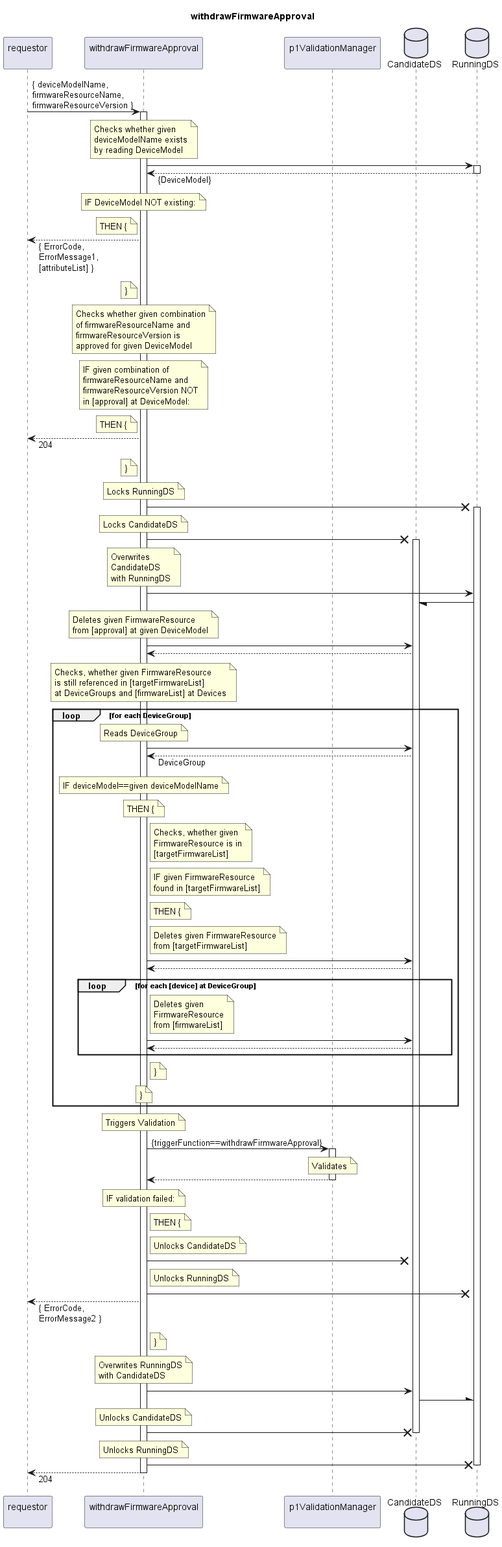
Earlier version of the PlantUML export spec/Services/withdrawFirmwareApproval/1.0.0/withdrawFirmwareApproval.png (openBackhaul/FirmWareManager). Source of this version:
```plantuml
@startuml withdrawFirmwareApproval
skinparam responseMessageBelowArrow true

title
  withdrawFirmwareApproval
end title

participant "requestor\n" as requestor
participant "withdrawFirmwareApproval\n" as indServ
participant "p1ValidationManager\n" as valiMan
database "CandidateDS" as CanDS
database "RunningDS" as RunDS

requestor -> indServ: { deviceModelName,\nfirmwareResourceName,\nfirmwareResourceVersion }
activate indServ

  note over indServ
    Checks whether given
    deviceModelName exists
    by reading DeviceModel
  end note
  indServ -> RunDS
  activate RunDS
  indServ <-- RunDS: {DeviceModel}
  deactivate RunDS
  note over indServ
    IF DeviceModel NOT existing:
  end note
  note left indServ
    THEN {
  end note
  requestor <-- indServ: { ErrorCode,\nErrorMessage1,\n[attributeList] }
  note left indServ
    }
  end note

  note over indServ
    Checks whether given combination
    of firmwareResourceName and
    firmwareResourceVersion is
    approved for given DeviceModel
  end note
  note over indServ
    IF given combination of
    firmwareResourceName and
    firmwareResourceVersion NOT
    in [approval] at DeviceModel:
  end note
  note left indServ
    THEN {
  end note
  requestor <-- indServ: 204
  note left indServ
    }
  end note

  note over indServ
    Locks RunningDS
  end note
  indServ -X RunDS
  activate RunDS
  note over indServ
    Locks CandidateDS
  end note
  indServ -X CanDS
  activate CanDS
  note over indServ
    Overwrites
    CandidateDS
    with RunningDS
  end note
  indServ -> RunDS
  RunDS -/ CanDS

  note over indServ
    Deletes given FirmwareResource
    from [approval] at given DeviceModel
  end note
  indServ -> CanDS
  indServ <-- CanDS

  note over indServ
    Checks, whether given FirmwareResource
    is still referenced in [targetFirmwareList]
    at DeviceGroups and [firmwareList] at Devices
  end note
  loop for each DeviceGroup
    note over indServ
      Reads DeviceGroup
    end note
    indServ -> CanDS
    indServ <-- CanDS: DeviceGroup
    note over indServ
      IF deviceModel==given deviceModelName
    end note
    note over indServ
      THEN {
    end note
    note right indServ
      Checks, whether given
      FirmwareResource is in
      [targetFirmwareList]
    end note
    note right indServ
      IF given FirmwareResource
      found in [targetFirmwareList]
    end note
    note right indServ
      THEN {
    end note
    note right indServ
      Deletes given FirmwareResource
      from [targetFirmwareList]
    end note
    indServ -> CanDS
    indServ <-- CanDS
    loop for each [device] at DeviceGroup
      note right indServ
        Deletes given
        FirmwareResource
        from [firmwareList]
      end note
      indServ -> CanDS
      indServ <-- CanDS
    end loop
    note right indServ
      }
    end note
    note over indServ
      }
    end note
  end loop

  note over indServ
    Triggers Validation
  end note
  indServ -> valiMan: {triggerFunction==withdrawFirmwareApproval}
  activate valiMan
    note over valiMan
      Validates
    end note
  indServ <-- valiMan
  deactivate valiMan
  note over indServ
    IF validation failed:
  end note
  note right indServ
    THEN {
  end note
  note right indServ
    Unlocks CandidateDS
  end note
  indServ -X CanDS
  note right indServ
    Unlocks RunningDS
  end note
  indServ -X RunDS
  requestor <-- indServ: { ErrorCode,\nErrorMessage2 }
  note right indServ
    }
  end note

  note over indServ
    Overwrites RunningDS
    with CandidateDS
  end note
  indServ -> CanDS
  CanDS -\ RunDS
  note over indServ
    Unlocks CandidateDS
  end note
  indServ -X CanDS
  deactivate CanDS
  note over indServ
    Unlocks RunningDS
  end note
  indServ -X RunDS
  deactivate RunDS

requestor <-- indServ: 204
deactivate indServ

@enduml
```
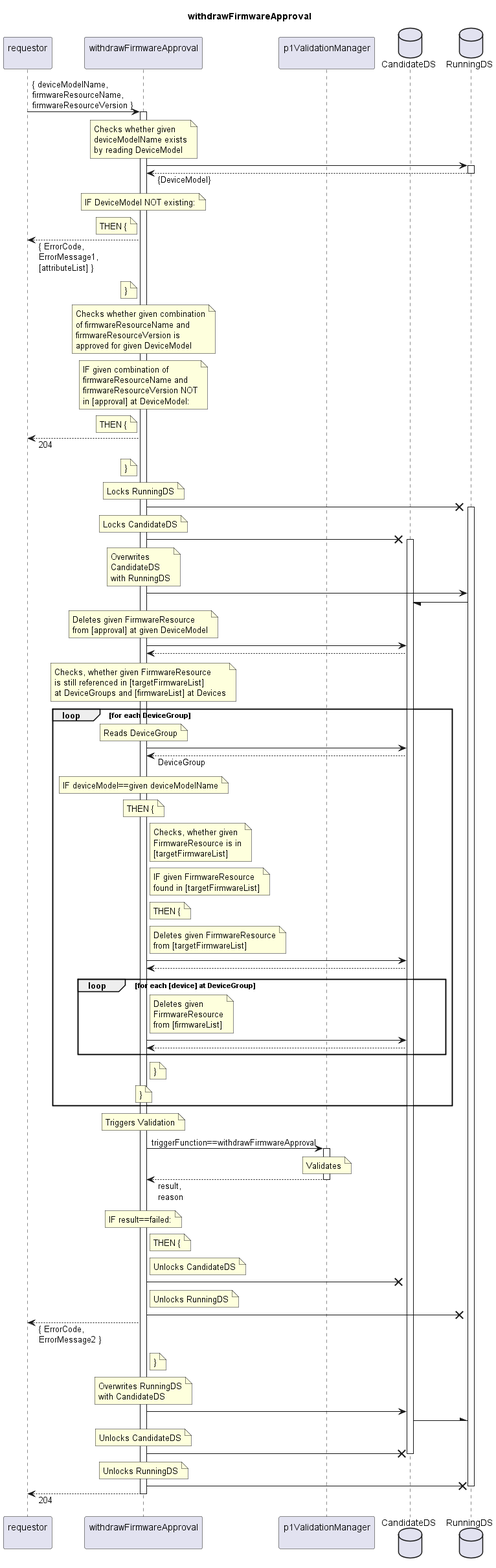
Above is the later version.

The edit, as a diff of the source:
```diff
@@ -134,15 +134,15 @@
   note over indServ
     Triggers Validation
   end note
-  indServ -> valiMan: {triggerFunction==withdrawFirmwareApproval}
+  indServ -> valiMan: triggerFunction==withdrawFirmwareApproval
   activate valiMan
     note over valiMan
       Validates
     end note
-  indServ <-- valiMan
+  indServ <-- valiMan: result,\nreason
   deactivate valiMan
   note over indServ
-    IF validation failed:
+    IF result==failed:
   end note
   note right indServ
     THEN {
```
